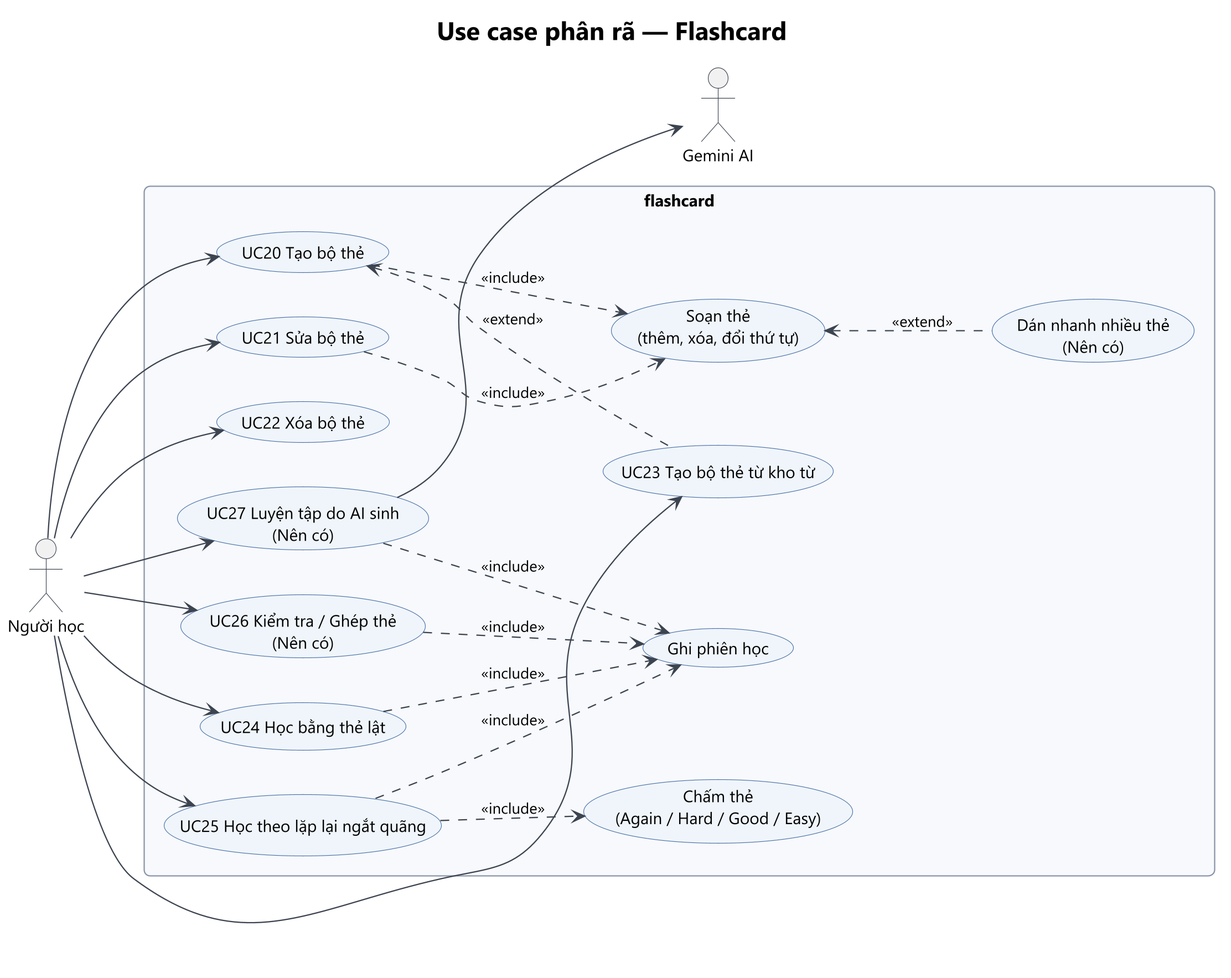
Before: Analysis_Design/02_UseCase/uc-03-flashcard.png, a diagram exported from PlantUML (Ac-2836/WebDev-FinalProject-LinMaster). Its diagram source:
```plantuml
@startuml uc-03-flashcard
!include ../_style.iuml
title Use case phân rã — Flashcard
left to right direction
actor "Người học" as Learner
actor "Gemini AI" as AI
rectangle "flashcard" {
  usecase "UC20 Tạo bộ thẻ" as UC20
  usecase "UC21 Sửa bộ thẻ" as UC21
  usecase "UC22 Xóa bộ thẻ" as UC22
  usecase "UC23 Tạo bộ thẻ từ kho từ" as UC23
  usecase "Soạn thẻ\n(thêm, xóa, đổi thứ tự)" as ED
  usecase "Dán nhanh nhiều thẻ\n(Nên có)" as PASTE
  usecase "UC24 Học bằng thẻ lật" as UC24
  usecase "UC25 Học theo lặp lại ngắt quãng" as UC25
  usecase "Chấm thẻ\n(Again / Hard / Good / Easy)" as RATE
  usecase "UC26 Kiểm tra / Ghép thẻ\n(Nên có)" as UC26
  usecase "UC27 Luyện tập do AI sinh\n(Nên có)" as UC27
  usecase "Ghi phiên học" as SESS
}
Learner --> UC20
Learner --> UC21
Learner --> UC22
Learner --> UC23
Learner --> UC24
Learner --> UC25
Learner --> UC26
Learner --> UC27
UC20 ..> ED : <<include>>
UC21 ..> ED : <<include>>
ED <.. PASTE : <<extend>>
UC20 <.. UC23 : <<extend>>
UC25 ..> RATE : <<include>>
UC24 ..> SESS : <<include>>
UC25 ..> SESS : <<include>>
UC26 ..> SESS : <<include>>
UC27 ..> SESS : <<include>>
UC27 --> AI
@enduml
```
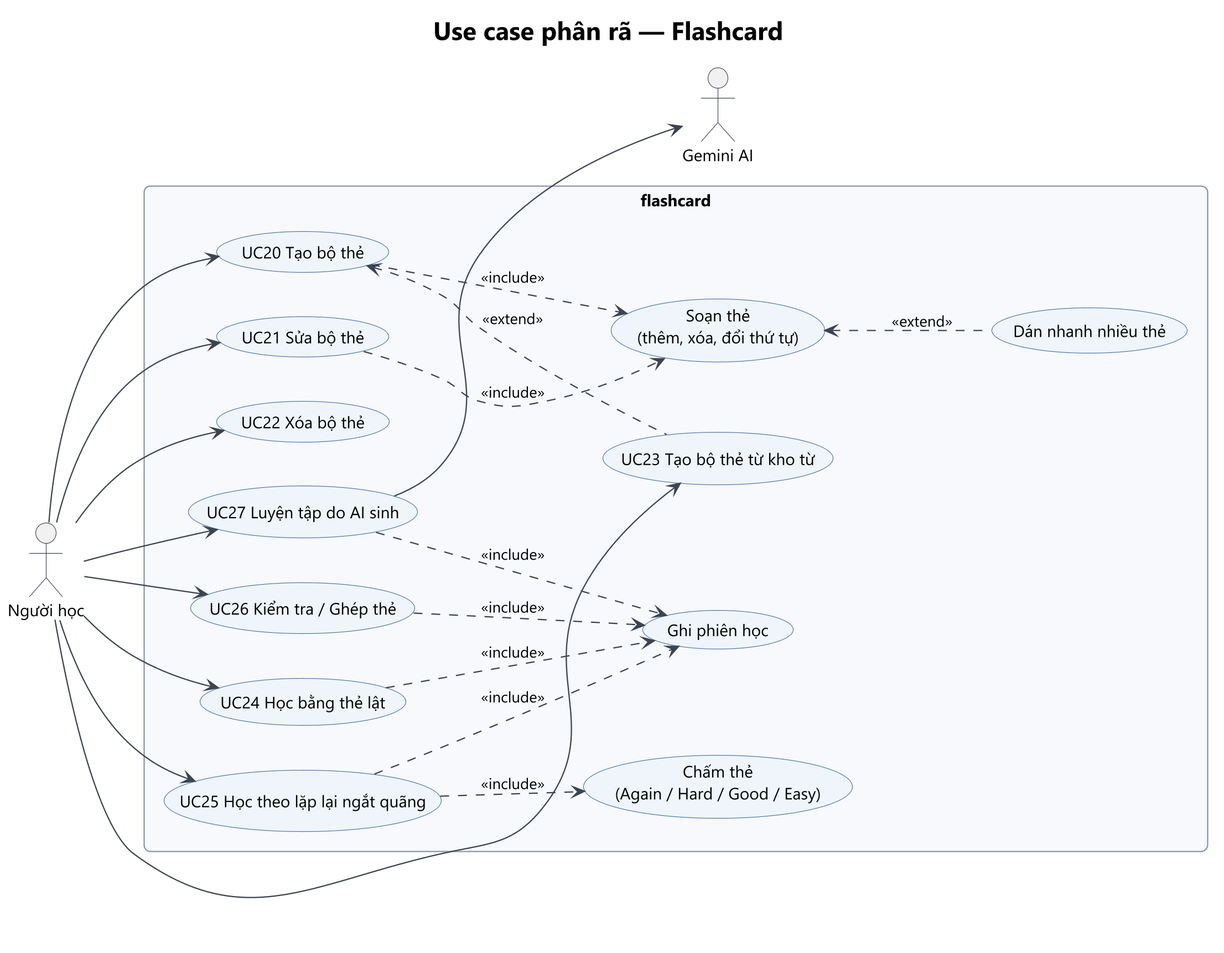
The same diagram one commit later.

Diff of the diagram source:
```diff
@@ -10,12 +10,12 @@
   usecase "UC22 Xóa bộ thẻ" as UC22
   usecase "UC23 Tạo bộ thẻ từ kho từ" as UC23
   usecase "Soạn thẻ\n(thêm, xóa, đổi thứ tự)" as ED
-  usecase "Dán nhanh nhiều thẻ\n(Nên có)" as PASTE
+  usecase "Dán nhanh nhiều thẻ" as PASTE
   usecase "UC24 Học bằng thẻ lật" as UC24
   usecase "UC25 Học theo lặp lại ngắt quãng" as UC25
   usecase "Chấm thẻ\n(Again / Hard / Good / Easy)" as RATE
-  usecase "UC26 Kiểm tra / Ghép thẻ\n(Nên có)" as UC26
-  usecase "UC27 Luyện tập do AI sinh\n(Nên có)" as UC27
+  usecase "UC26 Kiểm tra / Ghép thẻ" as UC26
+  usecase "UC27 Luyện tập do AI sinh" as UC27
   usecase "Ghi phiên học" as SESS
 }
 Learner --> UC20
```
